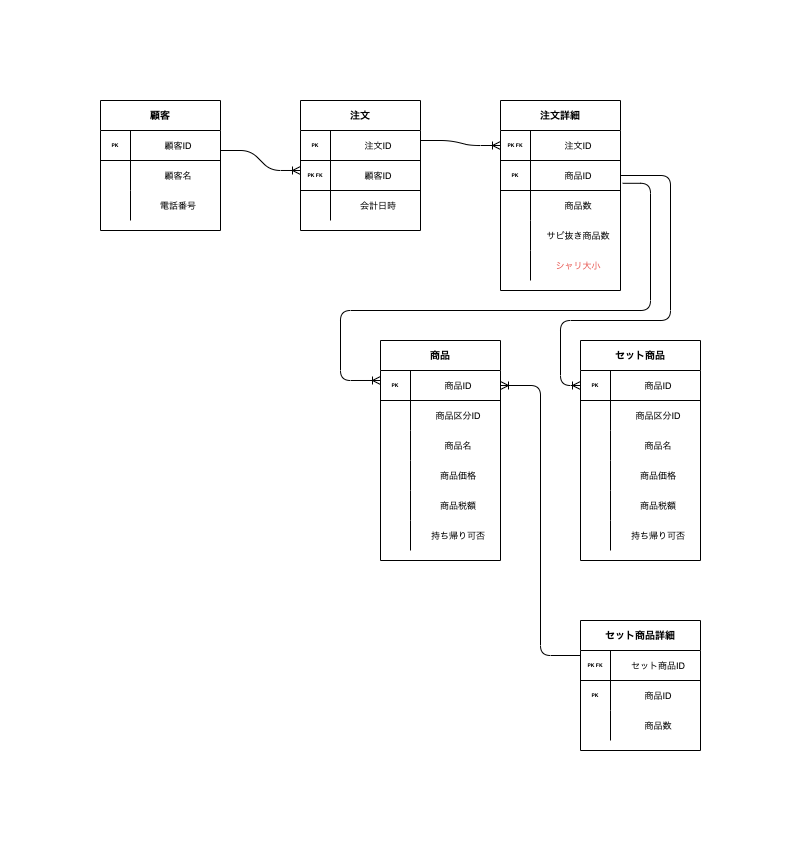
Before: DBモデリング1/課題2.drawio.png, a diagram exported from draw.io (yasakanimaimai/praha_challenge). Source tidied: cells renumbered, new cells last; positions are measured from the earlier drawing's top-left corner, leaving out a move shared by most shapes.
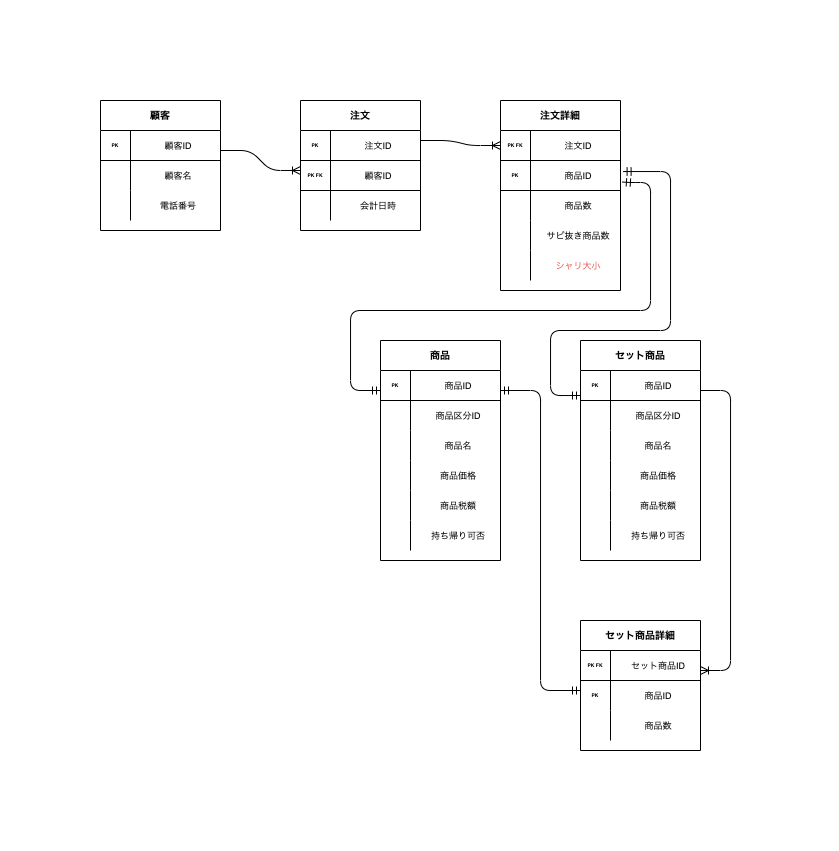
The same file after the commit.

The edit, as a diff of the source:
```diff
@@ -237,29 +237,6 @@
         <mxPoint x="320" y="40" as="sourcePoint" />
       </mxGeometry>
     </mxCell>
-    <mxCell id="79" style="fontSize=12;html=1;endArrow=ERoneToMany;rounded=1;shadow=0;sketch=0;fontColor=default;strokeColor=default;edgeStyle=orthogonalEdgeStyle;entryX=0;entryY=0.333;entryDx=0;entryDy=0;entryPerimeter=0;exitX=1.018;exitY=0.76;exitDx=0;exitDy=0;exitPerimeter=0;" parent="1" edge="1" source="26" target="39">
-      <mxGeometry relative="1" as="geometry">
-        <Array as="points">
-          <mxPoint x="550" y="83" />
-          <mxPoint x="550" y="210" />
-          <mxPoint x="240" y="210" />
-          <mxPoint x="240" y="280" />
-        </Array>
-      </mxGeometry>
-    </mxCell>
-    <mxCell id="80" style="edgeStyle=orthogonalEdgeStyle;fontSize=12;html=1;endArrow=ERoneToMany;rounded=1;shadow=0;sketch=0;fontColor=default;strokeColor=default;entryX=0;entryY=0.5;entryDx=0;entryDy=0;exitX=1;exitY=0.5;exitDx=0;exitDy=0;" parent="1" edge="1" source="26" target="58">
-      <mxGeometry relative="1" as="geometry">
-        <Array as="points">
-          <mxPoint x="570" y="75" />
-          <mxPoint x="570" y="220" />
-          <mxPoint x="460" y="220" />
-          <mxPoint x="460" y="285" />
-        </Array>
-      </mxGeometry>
-    </mxCell>
-    <mxCell id="81" style="edgeStyle=orthogonalEdgeStyle;fontSize=12;html=1;endArrow=ERoneToMany;rounded=1;shadow=0;sketch=0;fontColor=default;strokeColor=default;exitX=0;exitY=0.5;exitDx=0;exitDy=0;entryX=1;entryY=0.5;entryDx=0;entryDy=0;" parent="1" edge="1" source="76" target="39">
-      <mxGeometry relative="1" as="geometry" />
-    </mxCell>
     <mxCell id="82" value="セット商品詳細" style="shape=table;startSize=30;rowLines=0;fontStyle=1;align=center;rounded=0;shadow=0;fontSize=10;strokeWidth=1;fillColor=default;gradientColor=#ffffff;gradientDirection=east;sketch=0;swimlaneLine=1;strokeColor=default;swimlaneFillColor=default;spacingTop=0;" parent="1" vertex="1">
       <mxGeometry x="480" y="520" width="120" height="130" as="geometry" />
     </mxCell>
@@ -290,5 +267,50 @@
     <mxCell id="91" value="商品数" style="shape=partialRectangle;fillColor=none;top=0;left=0;bottom=0;right=0;align=center;spacingLeft=6;overflow=hidden;rounded=0;shadow=0;fontSize=9;strokeWidth=1;" parent="89" vertex="1">
       <mxGeometry x="30" width="90" height="30" as="geometry" />
     </mxCell>
+    <mxCell id="92" style="edgeStyle=orthogonalEdgeStyle;fontSize=12;html=1;endArrow=ERoneToMany;rounded=1;shadow=0;sketch=0;fontColor=default;strokeColor=default;exitX=1;exitY=0.5;exitDx=0;exitDy=0;entryX=1;entryY=0.5;entryDx=0;entryDy=0;" parent="1" edge="1">
+      <mxGeometry relative="1" as="geometry">
+        <mxPoint x="600" y="290" as="sourcePoint" />
+        <mxPoint x="600" y="570" as="targetPoint" />
+        <Array as="points">
+          <mxPoint x="630" y="290" />
+          <mxPoint x="630" y="570" />
+        </Array>
+      </mxGeometry>
+    </mxCell>
+    <mxCell id="93" style="edgeStyle=orthogonalEdgeStyle;fontSize=12;html=1;endArrow=ERmandOne;startArrow=ERmandOne;rounded=1;shadow=0;sketch=0;fontColor=#EA6B66;strokeColor=default;entryX=1.016;entryY=0.718;entryDx=0;entryDy=0;entryPerimeter=0;" parent="1" edge="1" target="26">
+      <mxGeometry relative="1" as="geometry">
+        <mxPoint x="280" y="290" as="sourcePoint" />
+        <Array as="points">
+          <mxPoint x="250" y="290" />
+          <mxPoint x="250" y="210" />
+          <mxPoint x="550" y="210" />
+          <mxPoint x="550" y="82" />
+          <mxPoint x="530" y="82" />
+        </Array>
+      </mxGeometry>
+    </mxCell>
+    <mxCell id="94" style="edgeStyle=orthogonalEdgeStyle;fontSize=12;html=1;endArrow=ERmandOne;startArrow=ERmandOne;rounded=1;shadow=0;sketch=0;fontColor=#EA6B66;strokeColor=default;entryX=1.022;entryY=0.353;entryDx=0;entryDy=0;entryPerimeter=0;" parent="1" edge="1" target="26">
+      <mxGeometry relative="1" as="geometry">
+        <mxPoint x="480" y="295" as="sourcePoint" />
+        <Array as="points">
+          <mxPoint x="450" y="295" />
+          <mxPoint x="450" y="230" />
+          <mxPoint x="570" y="230" />
+          <mxPoint x="570" y="71" />
+          <mxPoint x="523" y="71" />
+        </Array>
+      </mxGeometry>
+    </mxCell>
+    <mxCell id="95" style="edgeStyle=orthogonalEdgeStyle;fontSize=12;html=1;endArrow=ERmandOne;startArrow=ERmandOne;rounded=1;shadow=0;sketch=0;fontColor=#EA6B66;strokeColor=default;entryX=1;entryY=0.304;entryDx=0;entryDy=0;entryPerimeter=0;" parent="1" edge="1">
+      <mxGeometry relative="1" as="geometry">
+        <mxPoint x="480" y="590" as="sourcePoint" />
+        <mxPoint x="400" y="290" as="targetPoint" />
+        <Array as="points">
+          <mxPoint x="480" y="590" />
+          <mxPoint x="440" y="590" />
+          <mxPoint x="440" y="290" />
+        </Array>
+      </mxGeometry>
+    </mxCell>
   </root>
 </mxGraphModel>
```
